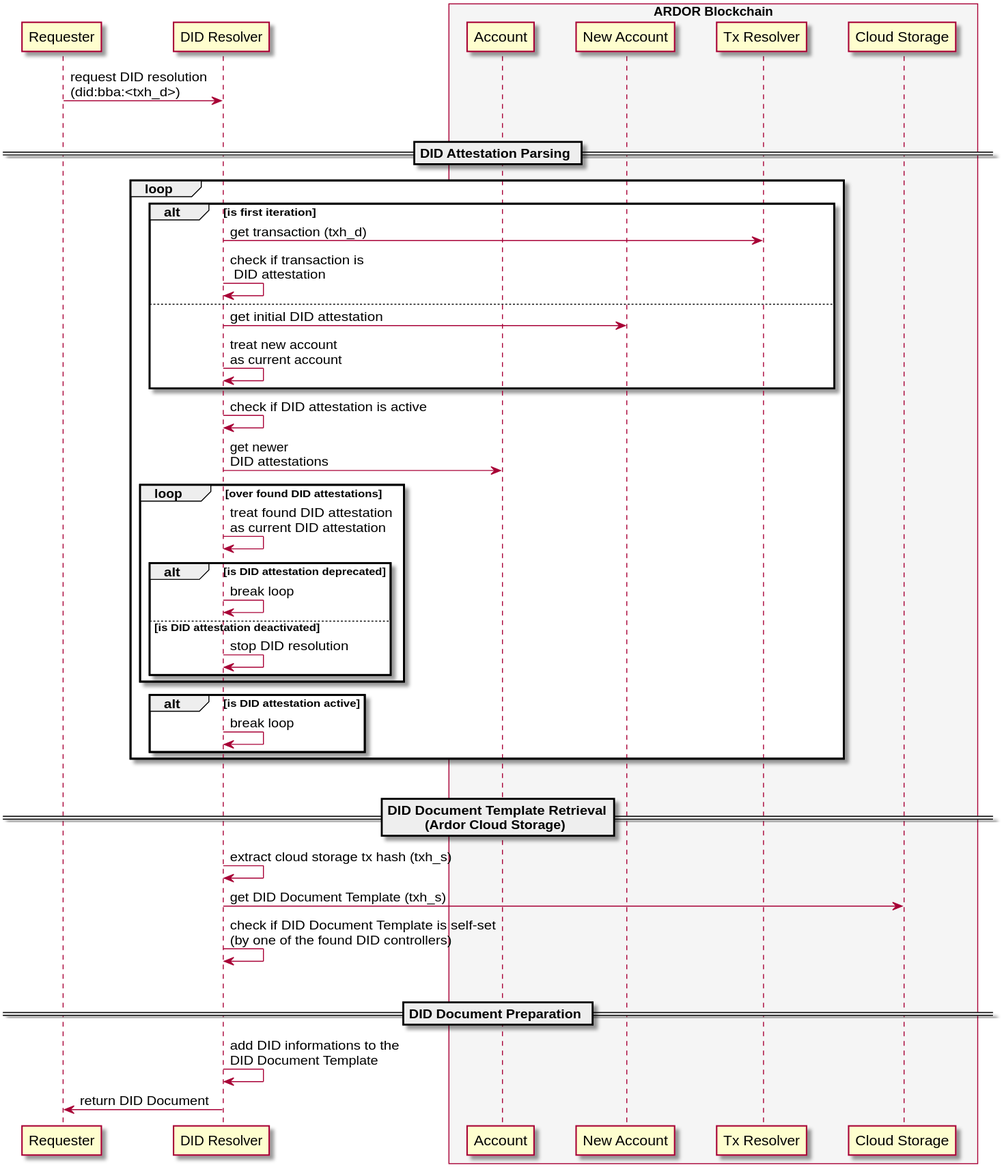
This is docs/plantuml/out/did-resolve.svg from blobaa/bba-did-method-specification, a PlantUML export, as it was before one commit.
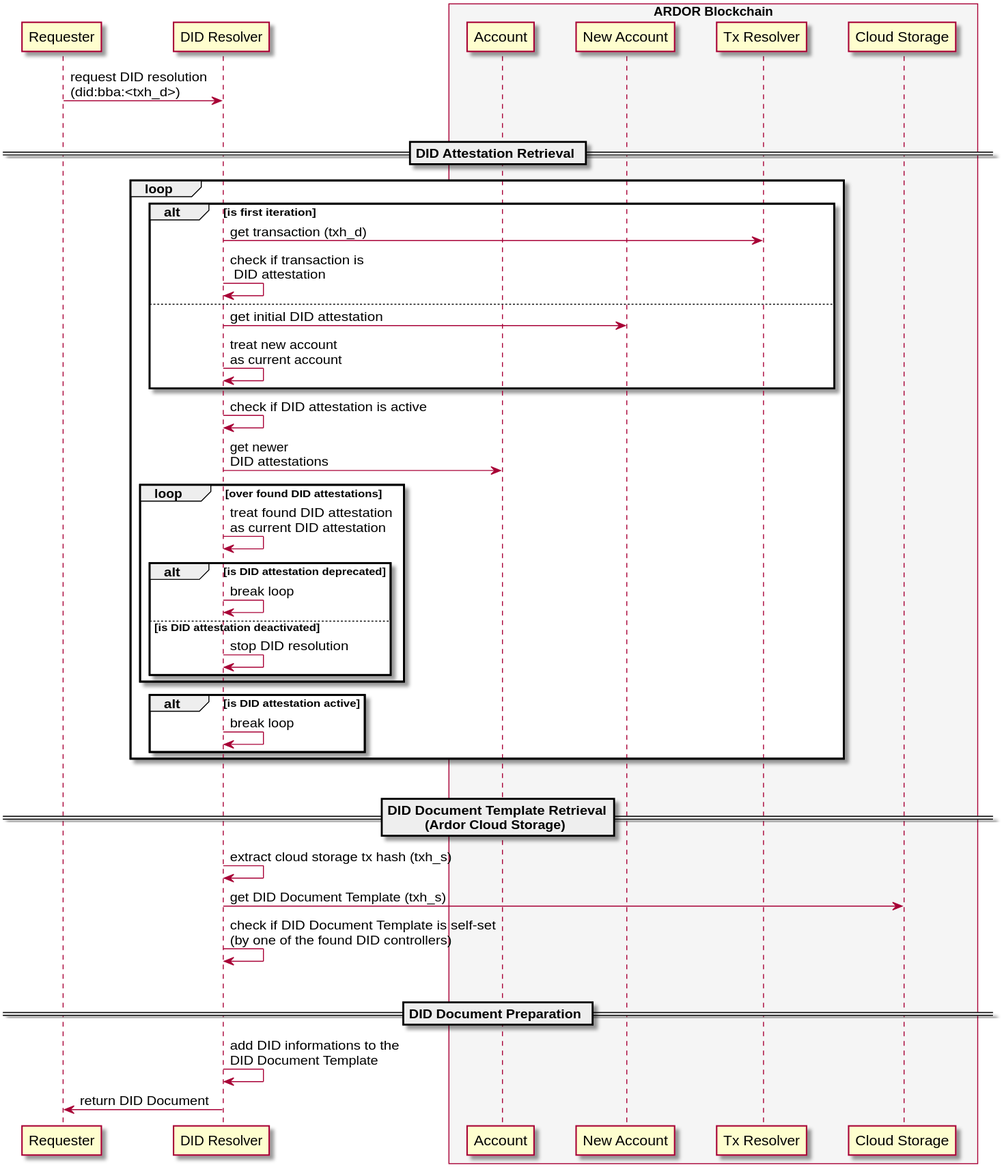
After the commit.

The edit, as a diff of the source:
```diff
@@ -18,7 +18,7 @@
 |||
 
 
-== DID Attestation Parsing ==
+== DID Attestation Retrieval ==
 
 loop
     alt is first iteration
```
